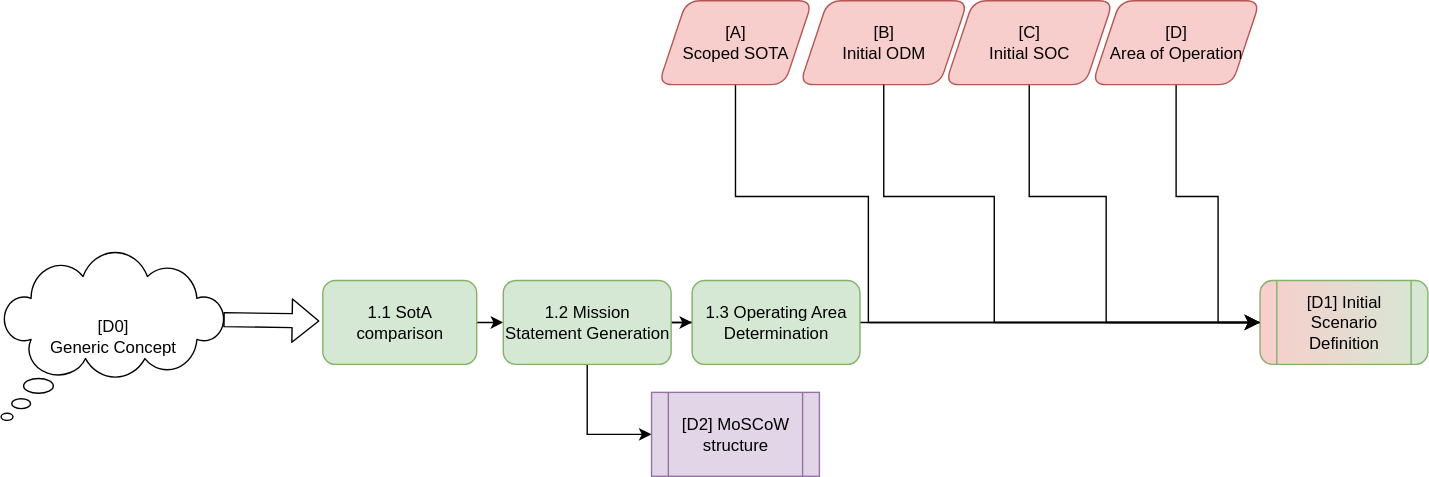
The draw.io diagram public/diagrams/step-1.svg in TortoiseFather/sacred-site, before a commit. Source tidied: cells renumbered, new cells last; positions are measured from the earlier drawing's top-left corner, leaving out a move shared by most shapes.
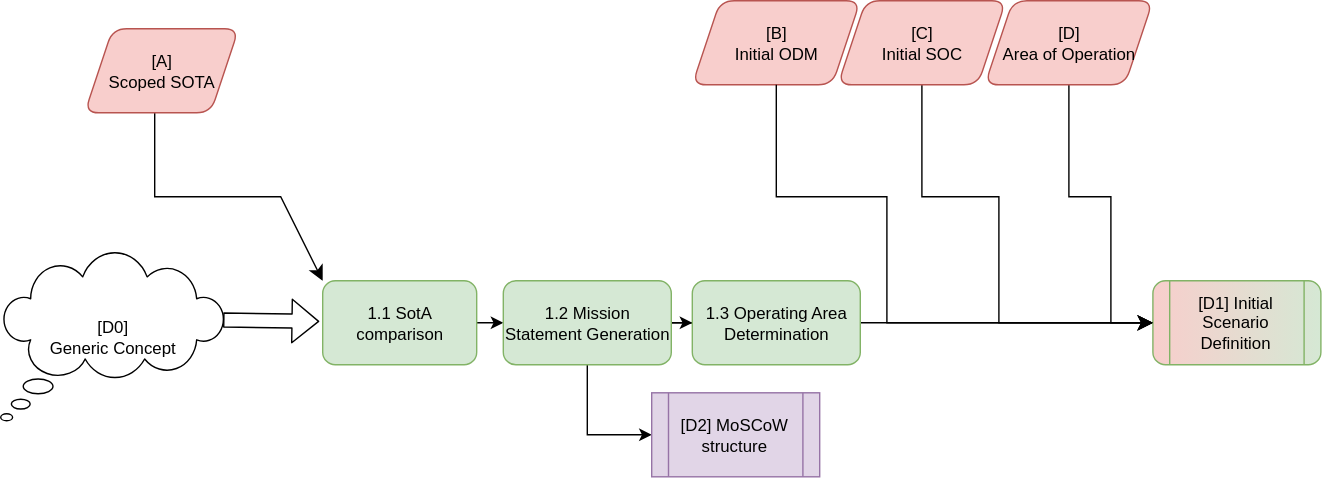
The same diagram one commit later.

Diff of the diagram source:
```diff
@@ -27,65 +27,66 @@
     <mxCell id="8" value="1.2 Mission Statement Generation" style="whiteSpace=wrap;html=1;rounded=1;strokeColor=#82b366;fillColor=#d5e8d4;" parent="1" vertex="1">
       <mxGeometry x="359" y="200" width="120" height="60" as="geometry" />
     </mxCell>
-    <mxCell id="9" style="edgeStyle=none;curved=0;rounded=0;jettySize=auto;html=1;entryX=0;entryY=0.5;entryDx=0;entryDy=0;fontSize=12;startSize=8;endSize=8;strokeColor=#000000;" parent="1" edge="1" source="10">
+    <mxCell id="9" style="edgeStyle=none;curved=0;rounded=0;jettySize=auto;html=1;entryX=0;entryY=0;entryDx=0;entryDy=0;fontSize=12;startSize=8;endSize=8;strokeColor=#000000;" parent="1" edge="1" target="11">
       <mxGeometry relative="1" as="geometry">
-        <mxPoint x="960" y="230" as="targetPoint" />
+        <mxPoint x="110" y="80" as="sourcePoint" />
         <Array as="points">
-          <mxPoint x="525" y="140" />
-          <mxPoint x="620" y="140" />
-          <mxPoint x="620" y="230" />
+          <mxPoint x="110" y="140" />
+          <mxPoint x="200" y="140" />
         </Array>
       </mxGeometry>
     </mxCell>
     <mxCell id="10" value="&lt;div&gt;&lt;span style=&quot;color: rgb(0, 0, 0);&quot;&gt;[A]&lt;/span&gt;&lt;/div&gt;&lt;div&gt;&lt;span style=&quot;color: rgb(0, 0, 0);&quot;&gt;Scoped SOTA&lt;/span&gt;&lt;/div&gt;" style="shape=parallelogram;perimeter=parallelogramPerimeter;whiteSpace=wrap;html=1;fixedSize=1;rounded=1;strokeColor=#b85450;fillColor=#f8cecc;" parent="1" vertex="1">
-      <mxGeometry x="470" width="110" height="60" as="geometry" />
+      <mxGeometry x="60" y="20" width="110" height="60" as="geometry" />
     </mxCell>
     <mxCell id="11" value="1.1 SotA comparison" style="rounded=1;whiteSpace=wrap;html=1;strokeColor=#82b366;fillColor=#d5e8d4;" parent="1" vertex="1">
       <mxGeometry x="230" y="200" width="110" height="60" as="geometry" />
     </mxCell>
-    <mxCell id="12" style="edgeStyle=none;curved=1;rounded=1;jettySize=auto;html=1;entryX=0;entryY=0.5;entryDx=0;entryDy=0;fontSize=12;startSize=8;endSize=8;strokeColor=#000000;" parent="1" edge="1" source="13" target="16">
-      <mxGeometry relative="1" as="geometry" />
+    <mxCell id="12" style="edgeStyle=none;curved=1;rounded=1;jettySize=auto;html=1;entryX=0;entryY=0.5;entryDx=0;entryDy=0;fontSize=12;startSize=8;endSize=8;strokeColor=#000000;" parent="1" edge="1" target="16">
+      <mxGeometry relative="1" as="geometry">
+        <mxPoint x="537" y="230" as="sourcePoint" />
+      </mxGeometry>
     </mxCell>
     <mxCell id="13" value="1.3 Operating Area Determination" style="rounded=1;whiteSpace=wrap;html=1;strokeColor=#82b366;fillColor=#d5e8d4;" parent="1" vertex="1">
       <mxGeometry x="494" y="200" width="120" height="60" as="geometry" />
     </mxCell>
     <mxCell id="14" style="edgeStyle=none;curved=0;rounded=0;jettySize=auto;html=1;entryX=0;entryY=0.5;entryDx=0;entryDy=0;fontSize=12;startSize=8;endSize=8;strokeColor=#000000;" parent="1" edge="1" source="15">
       <mxGeometry relative="1" as="geometry">
-        <mxPoint x="930" y="230" as="targetPoint" />
+        <mxPoint x="853" y="230" as="targetPoint" />
         <Array as="points">
-          <mxPoint x="840" y="140" />
-          <mxPoint x="870" y="140" />
-          <mxPoint x="870" y="230" />
+          <mxPoint x="763" y="140" />
+          <mxPoint x="793" y="140" />
+          <mxPoint x="793" y="230" />
         </Array>
       </mxGeometry>
     </mxCell>
     <mxCell id="15" value="[D]&lt;div&gt;&lt;span style=&quot;color: rgb(0, 0, 0);&quot;&gt;Area of Operation&lt;/span&gt;&lt;/div&gt;" style="shape=parallelogram;perimeter=parallelogramPerimeter;whiteSpace=wrap;html=1;fixedSize=1;rounded=1;strokeColor=#b85450;fillColor=#f8cecc;" parent="1" vertex="1">
-      <mxGeometry x="780" width="120" height="60" as="geometry" />
+      <mxGeometry x="703" width="120" height="60" as="geometry" />
     </mxCell>
     <mxCell id="16" value="[D1] Initial Scenario Definition" style="shape=process;whiteSpace=wrap;html=1;backgroundOutline=1;rounded=1;strokeColor=#82b366;fillColor=#d5e8d4;gradientDirection=west;gradientColor=#F8CECC;" parent="1" vertex="1">
-      <mxGeometry x="900" y="200" width="120" height="60" as="geometry" />
+      <mxGeometry x="823" y="200" width="120" height="60" as="geometry" />
     </mxCell>
     <mxCell id="17" value="&lt;div&gt;&lt;span style=&quot;color: rgb(0, 0, 0);&quot;&gt;[B]&lt;/span&gt;&lt;/div&gt;&lt;div&gt;&lt;span style=&quot;color: rgb(0, 0, 0);&quot;&gt;Initial ODM&lt;/span&gt;&lt;/div&gt;" style="shape=parallelogram;perimeter=parallelogramPerimeter;whiteSpace=wrap;html=1;fixedSize=1;rounded=1;strokeColor=#b85450;fillColor=#f8cecc;" parent="1" vertex="1">
-      <mxGeometry x="571" width="120" height="60" as="geometry" />
+      <mxGeometry x="494" width="120" height="60" as="geometry" />
     </mxCell>
     <mxCell id="18" style="edgeStyle=none;curved=0;rounded=0;jettySize=auto;html=1;exitX=0.5;exitY=1;exitDx=0;exitDy=0;entryX=0;entryY=0.5;entryDx=0;entryDy=0;fontSize=12;startSize=8;endSize=8;strokeColor=#000000;" parent="1" edge="1" source="19" target="16">
       <mxGeometry relative="1" as="geometry">
         <Array as="points">
-          <mxPoint x="735" y="140" />
-          <mxPoint x="790" y="140" />
-          <mxPoint x="790" y="230" />
+          <mxPoint x="658" y="140" />
+          <mxPoint x="713" y="140" />
+          <mxPoint x="713" y="230" />
         </Array>
       </mxGeometry>
     </mxCell>
     <mxCell id="19" value="&lt;span style=&quot;color: rgb(0, 0, 0);&quot;&gt;[C]&lt;/span&gt;&lt;div&gt;&lt;span style=&quot;color: rgb(0, 0, 0);&quot;&gt;Initial SOC&lt;/span&gt;&lt;/div&gt;" style="shape=parallelogram;perimeter=parallelogramPerimeter;whiteSpace=wrap;html=1;fixedSize=1;rounded=1;strokeColor=#b85450;fillColor=#f8cecc;" parent="1" vertex="1">
-      <mxGeometry x="675" width="120" height="60" as="geometry" />
+      <mxGeometry x="598" width="120" height="60" as="geometry" />
     </mxCell>
     <mxCell id="20" style="endArrow=classic;html=1;rounded=0;fontSize=12;startSize=8;endSize=8;curved=0;exitX=0.5;exitY=1;exitDx=0;exitDy=0;entryX=0;entryY=0.5;entryDx=0;entryDy=0;strokeColor=#000000;" parent="1" edge="1" source="17" target="16">
       <mxGeometry relative="1" as="geometry">
         <Array as="points">
-          <mxPoint x="631" y="140" />
-          <mxPoint x="710" y="140" />
-          <mxPoint x="710" y="230" />
+          <mxPoint x="554" y="140" />
+          <mxPoint x="633" y="140" />
+          <mxPoint x="633" y="230" />
         </Array>
       </mxGeometry>
     </mxCell>
```
